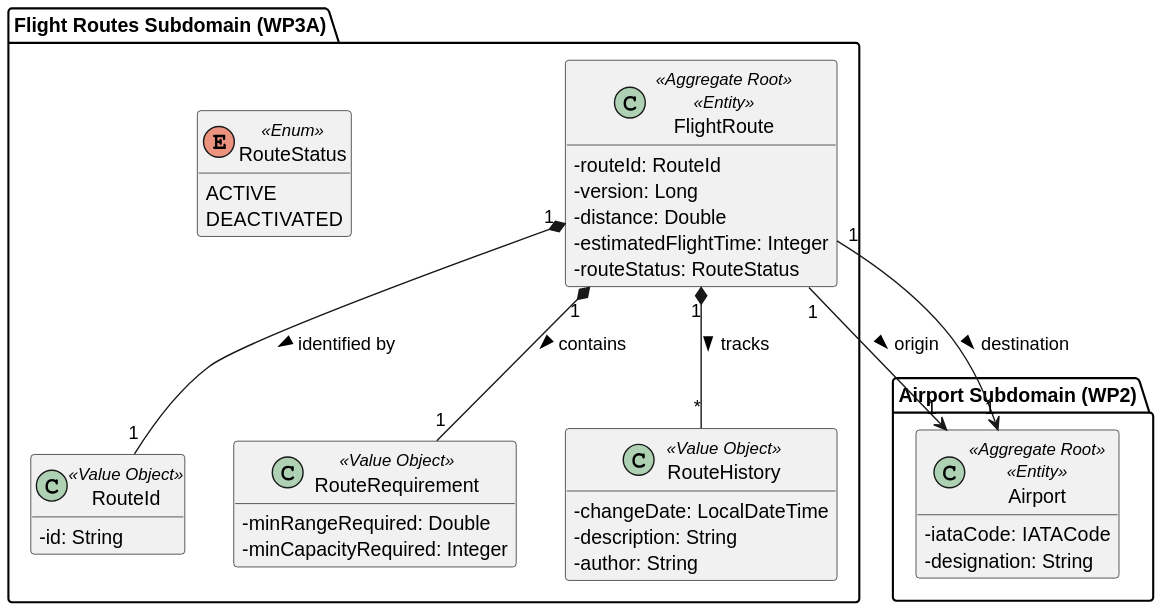
Earlier version of the PlantUML export docs/use-cases/WP#3A/svg/WP#3A-DM.svg (Andre-1240567/psoft2026_2DB_1240567_1241013_1240624). Its diagram source:
```plantuml
@startuml
skinparam classAttributeIconSize 0
hide methods

package "Airport Subdomain (WP2)" {
    class Airport <<Aggregate Root>> <<Entity>> {
        - iataCode: IATACode
        - designation: String
    }
}

package "Flight Routes Subdomain (WP3A)" {
    class FlightRoute <<Aggregate Root>> <<Entity>> {
        - routeId: RouteId
        - version: Long
        - distance: Double
        - estimatedFlightTime: Integer
        - routeStatus: RouteStatus
    }

    class RouteId <<Value Object>> {
        - id: String
    }

    class RouteRequirement <<Value Object>> {
        - minRangeRequired: Double
        - minCapacityRequired: Integer
    }

    class RouteHistory <<Value Object>> {
        - changeDate: LocalDateTime
        - description: String
        - author: String
    }

    enum RouteStatus <<Enum>> {
        ACTIVE
        DEACTIVATED
    }
}

FlightRoute "1" --> "1" Airport : origin >
FlightRoute "1" --> "1" Airport : destination >
FlightRoute "1" *-- "1" RouteId : identified by >
FlightRoute "1" *-- "1" RouteRequirement : contains >
FlightRoute "1" *-- "*" RouteHistory : tracks >
@enduml
```
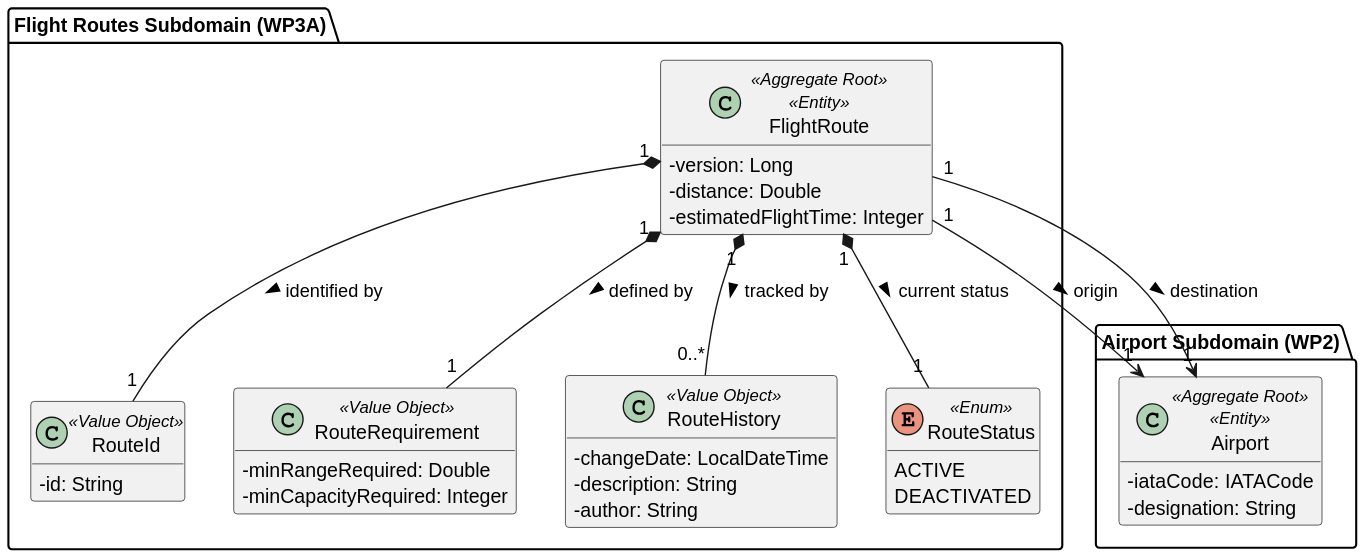
Above is the later version.

Diff of the diagram source:
```diff
@@ -11,11 +11,9 @@
 
 package "Flight Routes Subdomain (WP3A)" {
     class FlightRoute <<Aggregate Root>> <<Entity>> {
-        - routeId: RouteId
         - version: Long
         - distance: Double
         - estimatedFlightTime: Integer
-        - routeStatus: RouteStatus
     }
 
     class RouteId <<Value Object>> {
@@ -42,6 +40,7 @@
 FlightRoute "1" --> "1" Airport : origin >
 FlightRoute "1" --> "1" Airport : destination >
 FlightRoute "1" *-- "1" RouteId : identified by >
-FlightRoute "1" *-- "1" RouteRequirement : contains >
-FlightRoute "1" *-- "*" RouteHistory : tracks >
+FlightRoute "1" *-- "1" RouteRequirement : defined by >
+FlightRoute "1" *-- "0..*" RouteHistory : tracked by >
+FlightRoute "1" *-- "1" RouteStatus : current status >
 @enduml
```
